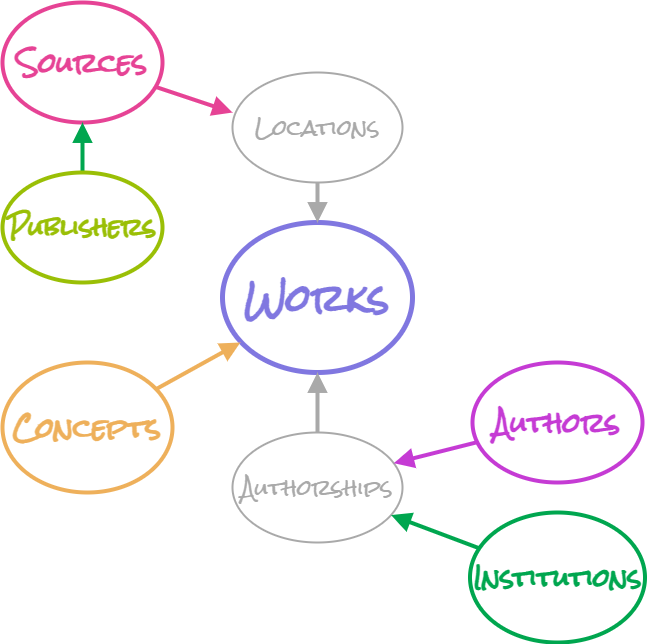
Earlier version of the draw.io export .gitbook/assets/entities.png (ourresearch/openalex-docs). Source tidied: cells renumbered, new cells last; positions are measured from the earlier drawing's top-left corner, leaving out a move shared by most shapes. Its diagram source:
```xml
<mxGraphModel background="#FFFFFF">
  <root>
    <mxCell id="0" />
    <mxCell id="1" parent="0" />
    <mxCell id="2" value="&lt;h1&gt;&lt;font size=&quot;1&quot; color=&quot;#8077e0&quot; face=&quot;Rock Salt&quot; style=&quot;&quot;&gt;&lt;b style=&quot;font-size: 36px;&quot;&gt;Works&lt;/b&gt;&lt;/font&gt;&lt;/h1&gt;" style="ellipse;whiteSpace=wrap;html=1;strokeWidth=5;strokeColor=#8077e0;" parent="1" vertex="1">
      <mxGeometry x="220" y="220" width="190" height="150" as="geometry" />
    </mxCell>
    <mxCell id="3" style="edgeStyle=none;html=1;entryX=0.094;entryY=0.8;entryDx=0;entryDy=0;fontColor=#A9A9A9;strokeColor=#EEB05B;rounded=1;endArrow=block;endFill=1;endSize=10;strokeWidth=4;entryPerimeter=0;" parent="1" edge="1" source="4" target="2">
      <mxGeometry relative="1" as="geometry" />
    </mxCell>
    <mxCell id="4" value="&lt;font face=&quot;Rock Salt&quot; style=&quot;&quot;&gt;&lt;font size=&quot;1&quot; color=&quot;#eeb05b&quot; style=&quot;&quot;&gt;&lt;b style=&quot;font-size: 26px;&quot;&gt;Concepts&lt;/b&gt;&lt;/font&gt;&lt;br&gt;&lt;/font&gt;" style="ellipse;whiteSpace=wrap;html=1;strokeColor=#eeb05b;strokeWidth=4;" parent="1" vertex="1">
      <mxGeometry y="360" width="170" height="130" as="geometry" />
    </mxCell>
    <mxCell id="5" style="edgeStyle=none;rounded=1;html=1;entryX=0.5;entryY=1;entryDx=0;entryDy=0;strokeColor=#A9A9A9;strokeWidth=4;fontColor=#A9A9A9;endArrow=block;endFill=1;endSize=10;" parent="1" edge="1" source="6" target="2">
      <mxGeometry relative="1" as="geometry" />
    </mxCell>
    <mxCell id="6" value="&lt;font face=&quot;Rock Salt&quot; style=&quot;&quot;&gt;&lt;font color=&quot;#a9a9a9&quot; style=&quot;font-size: 21px;&quot;&gt;Authorships&lt;/font&gt;&lt;br&gt;&lt;/font&gt;" style="ellipse;whiteSpace=wrap;html=1;strokeColor=#a9a9a9;strokeWidth=2;" parent="1" vertex="1">
      <mxGeometry x="230" y="430" width="170" height="110" as="geometry" />
    </mxCell>
    <mxCell id="7" style="edgeStyle=none;rounded=1;html=1;entryX=0.949;entryY=0.279;entryDx=0;entryDy=0;entryPerimeter=0;strokeColor=#C53BD4;strokeWidth=4;fontColor=#A9A9A9;endArrow=block;endFill=1;endSize=10;" parent="1" edge="1" source="8" target="6">
      <mxGeometry relative="1" as="geometry" />
    </mxCell>
    <mxCell id="8" value="&lt;font face=&quot;Rock Salt&quot; style=&quot;&quot;&gt;&lt;font size=&quot;1&quot; color=&quot;#c53bd4&quot; style=&quot;&quot;&gt;&lt;b style=&quot;font-size: 26px;&quot;&gt;Authors&lt;/b&gt;&lt;/font&gt;&lt;br&gt;&lt;/font&gt;" style="ellipse;whiteSpace=wrap;html=1;strokeWidth=4;strokeColor=#c53bd4;" parent="1" vertex="1">
      <mxGeometry x="470" y="360" width="170" height="120" as="geometry" />
    </mxCell>
    <mxCell id="9" style="edgeStyle=none;rounded=1;html=1;strokeColor=#00A64F;strokeWidth=4;fontColor=#A9A9A9;endArrow=block;endFill=1;endSize=10;" parent="1" edge="1" source="10" target="6">
      <mxGeometry relative="1" as="geometry" />
    </mxCell>
    <mxCell id="10" value="&lt;font face=&quot;Rock Salt&quot; style=&quot;&quot;&gt;&lt;font size=&quot;1&quot; color=&quot;#00a64f&quot; style=&quot;&quot;&gt;&lt;b style=&quot;font-size: 24px;&quot;&gt;Institutions&lt;/b&gt;&lt;/font&gt;&lt;br&gt;&lt;/font&gt;" style="ellipse;whiteSpace=wrap;html=1;strokeWidth=4;strokeColor=#00a64f;" parent="1" vertex="1">
      <mxGeometry x="467.5" y="510" width="175" height="130" as="geometry" />
    </mxCell>
    <mxCell id="11" style="edgeStyle=none;rounded=1;html=1;strokeColor=#E64395;strokeWidth=4;fontColor=#A9A9A9;endArrow=block;endFill=1;endSize=10;entryX=0;entryY=0.364;entryDx=0;entryDy=0;entryPerimeter=0;" parent="1" edge="1" source="12" target="14">
      <mxGeometry relative="1" as="geometry" />
    </mxCell>
    <mxCell id="12" value="&lt;font face=&quot;Rock Salt&quot; style=&quot;&quot;&gt;&lt;font size=&quot;1&quot; color=&quot;#e64395&quot; style=&quot;&quot;&gt;&lt;b style=&quot;font-size: 26px;&quot;&gt;Sources&lt;/b&gt;&lt;/font&gt;&lt;br&gt;&lt;/font&gt;" style="ellipse;whiteSpace=wrap;html=1;strokeWidth=4;strokeColor=#e64395;" parent="1" vertex="1">
      <mxGeometry width="160" height="120" as="geometry" />
    </mxCell>
    <mxCell id="13" style="edgeStyle=none;rounded=1;html=1;entryX=0.5;entryY=0;entryDx=0;entryDy=0;strokeColor=#A9A9A9;strokeWidth=4;fontColor=#A9A9A9;endArrow=block;endFill=1;endSize=10;" parent="1" edge="1" source="14" target="2">
      <mxGeometry relative="1" as="geometry" />
    </mxCell>
    <mxCell id="14" value="&lt;font face=&quot;Rock Salt&quot; style=&quot;&quot;&gt;&lt;font color=&quot;#a9a9a9&quot; style=&quot;font-size: 21px;&quot;&gt;Locations&lt;/font&gt;&lt;br&gt;&lt;/font&gt;" style="ellipse;whiteSpace=wrap;html=1;strokeColor=#a9a9a9;strokeWidth=2;" parent="1" vertex="1">
      <mxGeometry x="230" y="70" width="170" height="110" as="geometry" />
    </mxCell>
    <mxCell id="15" style="edgeStyle=none;rounded=1;html=1;strokeColor=#00A64F;strokeWidth=4;fontSize=21;fontColor=#9ABF06;endArrow=block;endFill=1;endSize=10;" parent="1" edge="1" source="16" target="12">
      <mxGeometry relative="1" as="geometry" />
    </mxCell>
    <mxCell id="16" value="&lt;font face=&quot;Rock Salt&quot; style=&quot;&quot;&gt;&lt;font color=&quot;#9abf06&quot; size=&quot;1&quot; style=&quot;&quot;&gt;&lt;b style=&quot;font-size: 23px;&quot;&gt;Publishers&lt;/b&gt;&lt;/font&gt;&lt;br&gt;&lt;/font&gt;" style="ellipse;whiteSpace=wrap;html=1;strokeWidth=4;strokeColor=#9ABF06;" parent="1" vertex="1">
      <mxGeometry y="170" width="160" height="110" as="geometry" />
    </mxCell>
  </root>
</mxGraphModel>
```
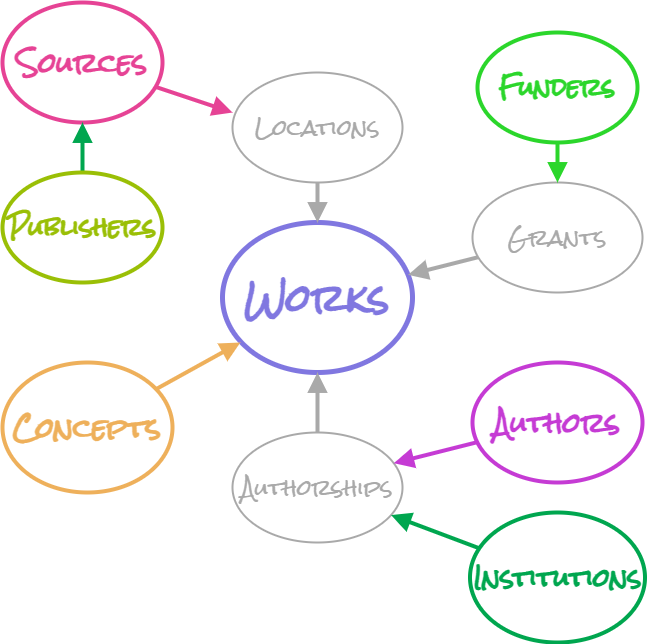
Above is the later version.

Commit message:
GITBOOK-269: add funders and grants to diagram

The edit, as a diff of the source:
```diff
@@ -47,5 +47,17 @@
     <mxCell id="16" value="&lt;font face=&quot;Rock Salt&quot; style=&quot;&quot;&gt;&lt;font color=&quot;#9abf06&quot; size=&quot;1&quot; style=&quot;&quot;&gt;&lt;b style=&quot;font-size: 23px;&quot;&gt;Publishers&lt;/b&gt;&lt;/font&gt;&lt;br&gt;&lt;/font&gt;" style="ellipse;whiteSpace=wrap;html=1;strokeWidth=4;strokeColor=#9ABF06;" parent="1" vertex="1">
       <mxGeometry y="170" width="160" height="110" as="geometry" />
     </mxCell>
+    <mxCell id="17" value="&lt;font face=&quot;Rock Salt&quot; style=&quot;&quot;&gt;&lt;font size=&quot;1&quot; style=&quot;&quot;&gt;&lt;b style=&quot;font-size: 23px;&quot;&gt;Funders&lt;/b&gt;&lt;/font&gt;&lt;br&gt;&lt;/font&gt;" style="ellipse;whiteSpace=wrap;html=1;strokeWidth=4;strokeColor=#2bd62b;fontColor=#2BD62B;" parent="1" vertex="1">
+      <mxGeometry x="475" y="30" width="160" height="110" as="geometry" />
+    </mxCell>
+    <mxCell id="18" value="&lt;font face=&quot;Rock Salt&quot; style=&quot;&quot;&gt;&lt;font color=&quot;#a9a9a9&quot; style=&quot;font-size: 21px;&quot;&gt;Grants&lt;/font&gt;&lt;br&gt;&lt;/font&gt;" style="ellipse;whiteSpace=wrap;html=1;strokeColor=#a9a9a9;strokeWidth=2;" parent="1" vertex="1">
+      <mxGeometry x="470" y="180" width="170" height="110" as="geometry" />
+    </mxCell>
+    <mxCell id="19" style="edgeStyle=none;rounded=1;html=1;strokeColor=#A9A9A9;strokeWidth=4;fontColor=#A9A9A9;endArrow=block;endFill=1;endSize=10;" parent="1" edge="1" source="18" target="2">
+      <mxGeometry relative="1" as="geometry" />
+    </mxCell>
+    <mxCell id="20" style="edgeStyle=none;rounded=1;html=1;entryX=0.5;entryY=0;entryDx=0;entryDy=0;strokeColor=#2BD62B;strokeWidth=4;fontColor=#A9A9A9;endArrow=block;endFill=1;endSize=10;exitX=0.5;exitY=1;exitDx=0;exitDy=0;" parent="1" edge="1" source="17" target="18">
+      <mxGeometry relative="1" as="geometry" />
+    </mxCell>
   </root>
 </mxGraphModel>
```
